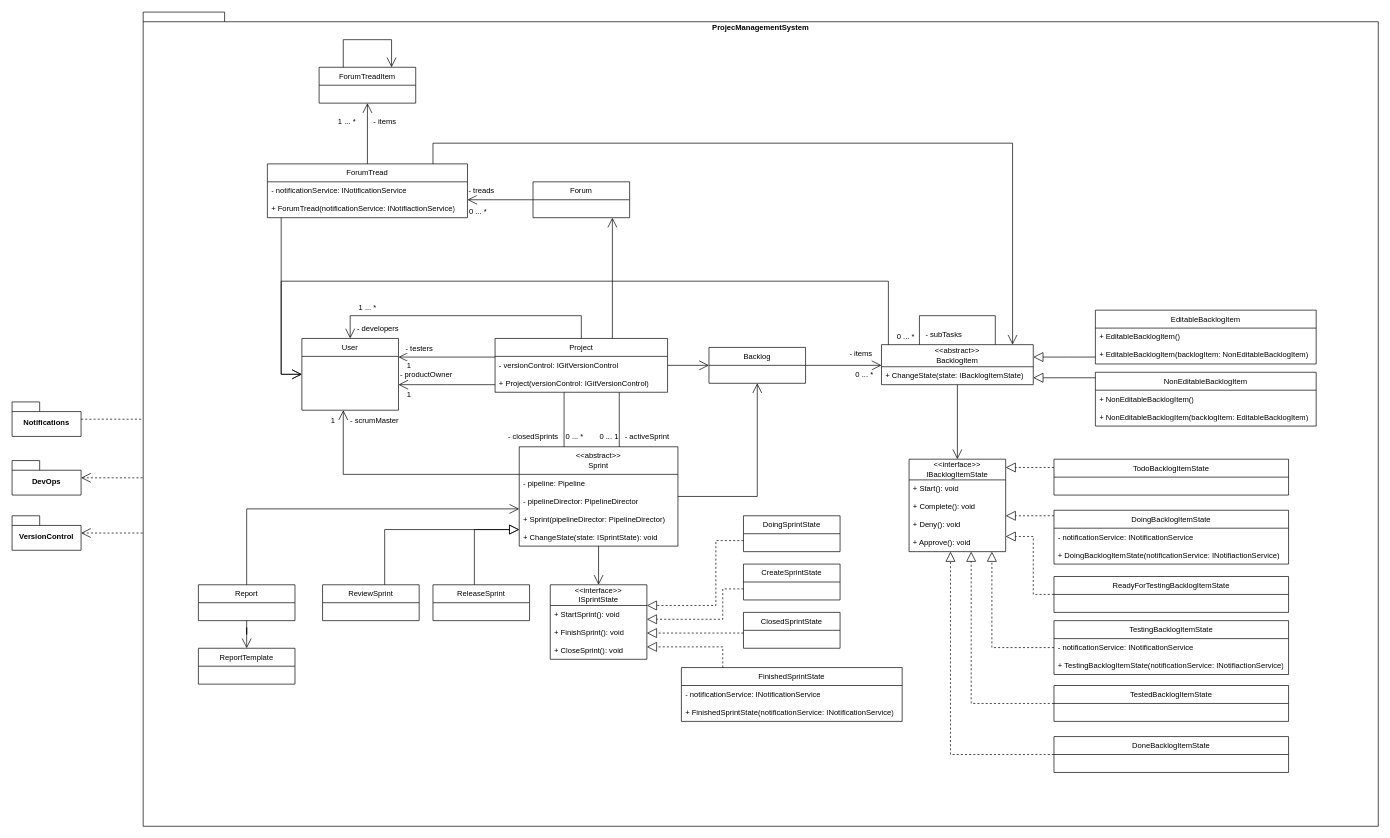
Before: page "ProjectManagementSystem" (4 of 4) of diagrams/ClassDiagrams.drawio in janvb24/SOA3AvansDevOps, a draw.io diagram. Source tidied: cells renumbered, new cells numbered last; positions are measured from the earlier drawing's top-left corner, leaving out a move shared by most shapes. Both pictures are drawn from the tidied source at 69%, with x=0, y=0 at pixel (12, 12).
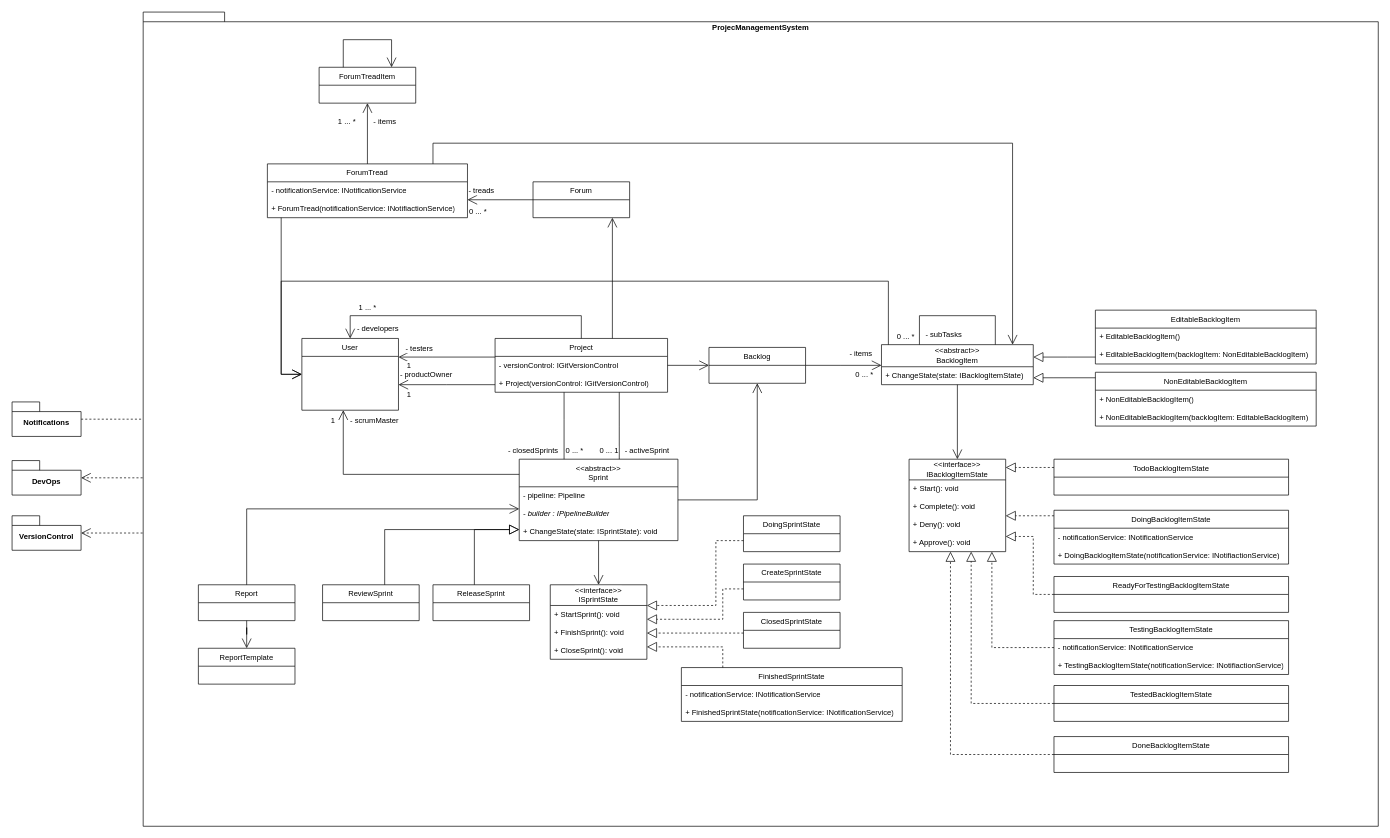
The same page after the edit.

What changed in the source:
```diff
@@
     <mxCell id="17" value="&lt;div&gt;&amp;lt;&amp;lt;abstract&amp;gt;&amp;gt;&lt;/div&gt;Sprint" style="swimlane;fontStyle=0;horizontal=1;startSize=40;fillColor=none;whiteSpace=wrap;html=1;fontFamily=Helvetica;fontSize=11;fontColor=default;labelBackgroundColor=default;" parent="1" vertex="1">
-      <mxGeometry x="735" y="630" width="230" height="144" as="geometry" />
+      <mxGeometry x="735" y="648" width="230" height="118" as="geometry" />
     </mxCell>
@@
-    <mxCell id="19" value="- pipelineDirector: PipelineDirector" style="text;strokeColor=none;fillColor=none;align=left;verticalAlign=top;spacingLeft=4;spacingRight=4;overflow=hidden;whiteSpace=wrap;html=1;fontFamily=Helvetica;fontSize=11;fontColor=default;labelBackgroundColor=default;" parent="17" vertex="1">
+    <mxCell id="19" value="&lt;i&gt;- builder : IPipelineBuilder&lt;/i&gt;" style="text;strokeColor=none;fillColor=none;align=left;verticalAlign=top;spacingLeft=4;spacingRight=4;overflow=hidden;whiteSpace=wrap;html=1;fontFamily=Helvetica;fontSize=11;fontColor=default;labelBackgroundColor=default;" parent="17" vertex="1">
       <mxGeometry y="66" width="230" height="26" as="geometry" />
     </mxCell>
-    <mxCell id="20" value="+ Sprint(pipelineDirector: PipelineDirector)" style="text;strokeColor=none;fillColor=none;align=left;verticalAlign=top;spacingLeft=4;spacingRight=4;overflow=hidden;whiteSpace=wrap;html=1;fontFamily=Helvetica;fontSize=11;fontColor=default;labelBackgroundColor=default;" parent="17" vertex="1">
-      <mxGeometry y="92" width="230" height="26" as="geometry" />
-    </mxCell>
     <mxCell id="21" value="+ ChangeState(state: ISprintState): void" style="text;strokeColor=none;fillColor=none;align=left;verticalAlign=top;spacingLeft=4;spacingRight=4;overflow=hidden;whiteSpace=wrap;html=1;fontFamily=Helvetica;fontSize=11;fontColor=default;labelBackgroundColor=default;" parent="17" vertex="1">
-      <mxGeometry y="118" width="230" height="26" as="geometry" />
+      <mxGeometry y="92" width="230" height="26" as="geometry" />
     </mxCell>
     <mxCell id="22" value="0 ... *" style="text;html=1;align=center;verticalAlign=middle;strokeColor=none;fillColor=none;fontFamily=Helvetica;fontSize=11;fontColor=default;labelBackgroundColor=default;" parent="1" vertex="1">
-      <mxGeometry x="790" y="600" width="50" height="30" as="geometry" />
+      <mxGeometry x="790" y="620" width="50" height="30" as="geometry" />
     </mxCell>
     <mxCell id="23" value="- closedSprints" style="text;html=1;align=center;verticalAlign=middle;strokeColor=none;fillColor=none;fontFamily=Helvetica;fontSize=11;fontColor=default;labelBackgroundColor=default;" parent="1" vertex="1">
-      <mxGeometry x="705" y="600" width="100" height="30" as="geometry" />
+      <mxGeometry x="705" y="620" width="100" height="30" as="geometry" />
     </mxCell>
     <mxCell id="24" value="0 ... 1" style="text;html=1;align=center;verticalAlign=middle;strokeColor=none;fillColor=none;fontFamily=Helvetica;fontSize=11;fontColor=default;labelBackgroundColor=default;" parent="1" vertex="1">
-      <mxGeometry x="840" y="600" width="50" height="30" as="geometry" />
+      <mxGeometry x="840" y="620" width="50" height="30" as="geometry" />
     </mxCell>
     <mxCell id="25" value="- activeSprint" style="text;html=1;align=center;verticalAlign=middle;strokeColor=none;fillColor=none;fontFamily=Helvetica;fontSize=11;fontColor=default;labelBackgroundColor=default;" parent="1" vertex="1">
-      <mxGeometry x="875" y="600" width="90" height="30" as="geometry" />
+      <mxGeometry x="875" y="620" width="90" height="30" as="geometry" />
     </mxCell>
```
